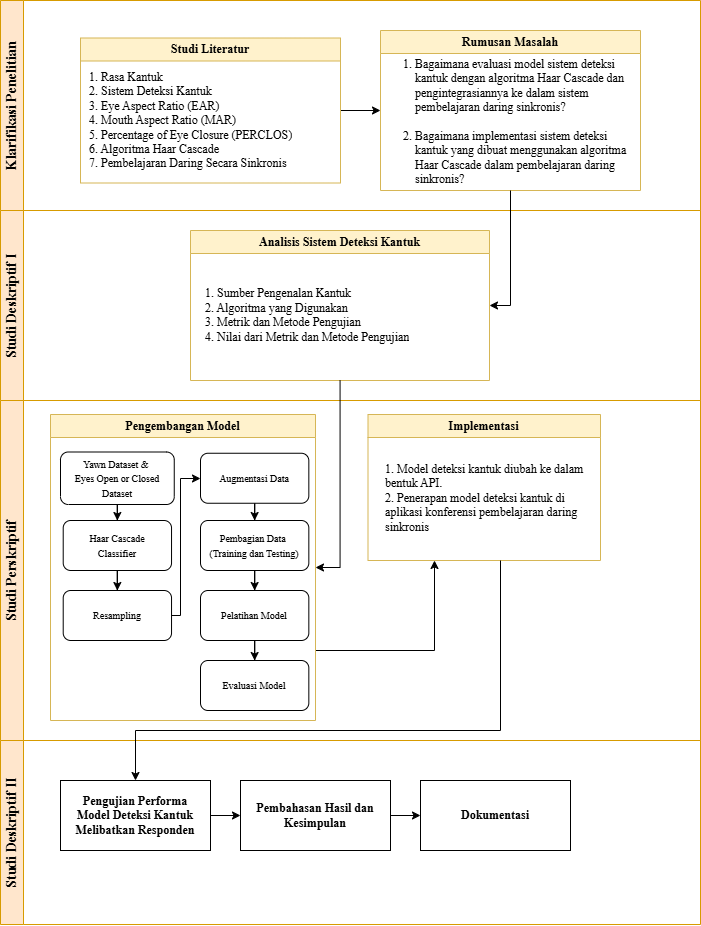
pakkaem/app.diagrams.net-repo keeps this draw.io diagram as Desain Penelitian.drawio.png. Above is the earlier version. Source tidied: cells renumbered, new cells last; positions are measured from the earlier drawing's top-left corner, leaving out a move shared by most shapes.
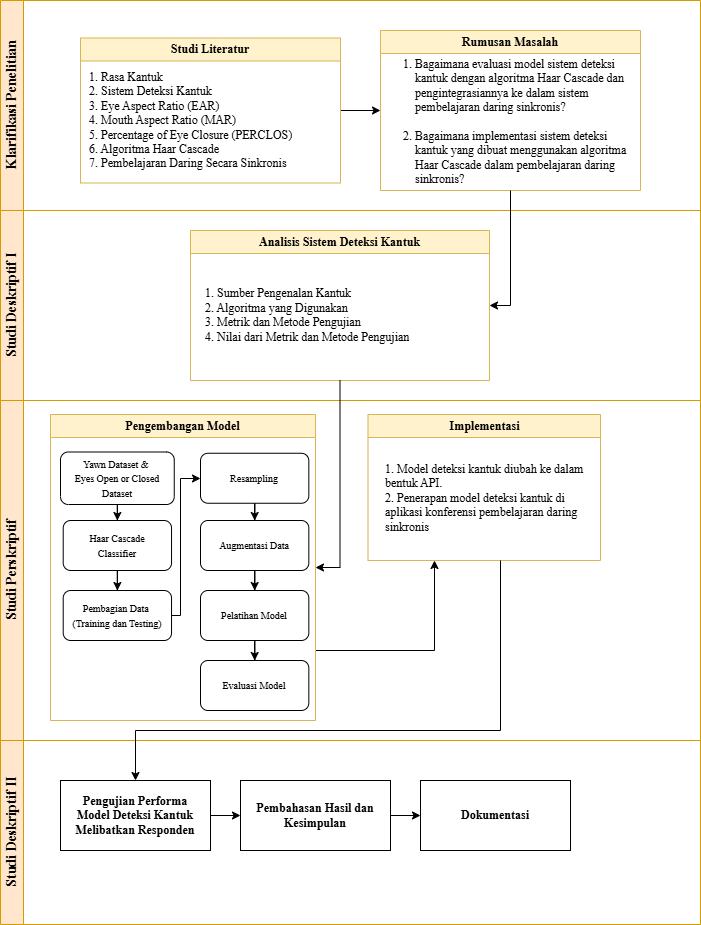
The same file after the commit.

Diff of the diagram source:
```diff
@@ -56,13 +56,13 @@
     <mxCell id="17" value="&lt;font style=&quot;font-size: 10px;&quot; face=&quot;Times New Roman&quot;&gt;Haar Cascade&lt;/font&gt;&lt;div&gt;&lt;font style=&quot;font-size: 10px;&quot; face=&quot;Times New Roman&quot;&gt;Classifier&lt;/font&gt;&lt;/div&gt;" style="rounded=1;whiteSpace=wrap;html=1;align=center;" parent="13" vertex="1">
       <mxGeometry x="12.7" y="106" width="108.3" height="50" as="geometry" />
     </mxCell>
-    <mxCell id="18" value="&lt;font face=&quot;Times New Roman&quot;&gt;&lt;span style=&quot;font-size: 10px;&quot;&gt;Resampling&lt;/span&gt;&lt;/font&gt;" style="rounded=1;whiteSpace=wrap;html=1;align=center;" parent="13" vertex="1">
+    <mxCell id="18" value="&lt;font face=&quot;Times New Roman&quot;&gt;&lt;span style=&quot;font-size: 10px;&quot;&gt;Pembagian Data&amp;nbsp;&lt;/span&gt;&lt;/font&gt;&lt;div&gt;&lt;font face=&quot;Times New Roman&quot;&gt;&lt;span style=&quot;font-size: 10px;&quot;&gt;(Training dan Testing)&lt;/span&gt;&lt;/font&gt;&lt;/div&gt;" style="rounded=1;whiteSpace=wrap;html=1;align=center;" parent="13" vertex="1">
       <mxGeometry x="12.7" y="176" width="108.3" height="50" as="geometry" />
     </mxCell>
     <mxCell id="19" style="edgeStyle=orthogonalEdgeStyle;rounded=0;jettySize=auto;html=1;" parent="13" edge="1" source="20" target="23">
       <mxGeometry relative="1" as="geometry" />
     </mxCell>
-    <mxCell id="20" value="&lt;font face=&quot;Times New Roman&quot;&gt;&lt;span style=&quot;font-size: 10px;&quot;&gt;Augmentasi Data&lt;/span&gt;&lt;/font&gt;" style="rounded=1;whiteSpace=wrap;html=1;align=center;" parent="13" vertex="1">
+    <mxCell id="20" value="&lt;font face=&quot;Times New Roman&quot;&gt;&lt;span style=&quot;font-size: 10px;&quot;&gt;Resampling&lt;/span&gt;&lt;/font&gt;" style="rounded=1;whiteSpace=wrap;html=1;align=center;" parent="13" vertex="1">
       <mxGeometry x="150" y="38.8" width="108.3" height="50" as="geometry" />
     </mxCell>
     <mxCell id="21" style="edgeStyle=orthogonalEdgeStyle;rounded=0;jettySize=auto;html=1;" parent="13" edge="1" source="18" target="20">
@@ -76,7 +76,7 @@
     <mxCell id="22" style="edgeStyle=orthogonalEdgeStyle;rounded=0;jettySize=auto;html=1;" parent="13" edge="1" source="23" target="25">
       <mxGeometry relative="1" as="geometry" />
     </mxCell>
-    <mxCell id="23" value="&lt;font face=&quot;Times New Roman&quot;&gt;&lt;span style=&quot;font-size: 10px;&quot;&gt;Pembagian Data&amp;nbsp;&lt;/span&gt;&lt;/font&gt;&lt;div&gt;&lt;font face=&quot;Times New Roman&quot;&gt;&lt;span style=&quot;font-size: 10px;&quot;&gt;(Training dan Testing)&lt;/span&gt;&lt;/font&gt;&lt;/div&gt;" style="rounded=1;whiteSpace=wrap;html=1;align=center;" parent="13" vertex="1">
+    <mxCell id="23" value="&lt;font face=&quot;Times New Roman&quot;&gt;&lt;span style=&quot;font-size: 10px;&quot;&gt;Augmentasi Data&lt;/span&gt;&lt;/font&gt;" style="rounded=1;whiteSpace=wrap;html=1;align=center;" parent="13" vertex="1">
       <mxGeometry x="150" y="106" width="108.3" height="50" as="geometry" />
     </mxCell>
     <mxCell id="24" style="edgeStyle=orthogonalEdgeStyle;rounded=0;jettySize=auto;html=1;" parent="13" edge="1" source="25" target="26">
```
